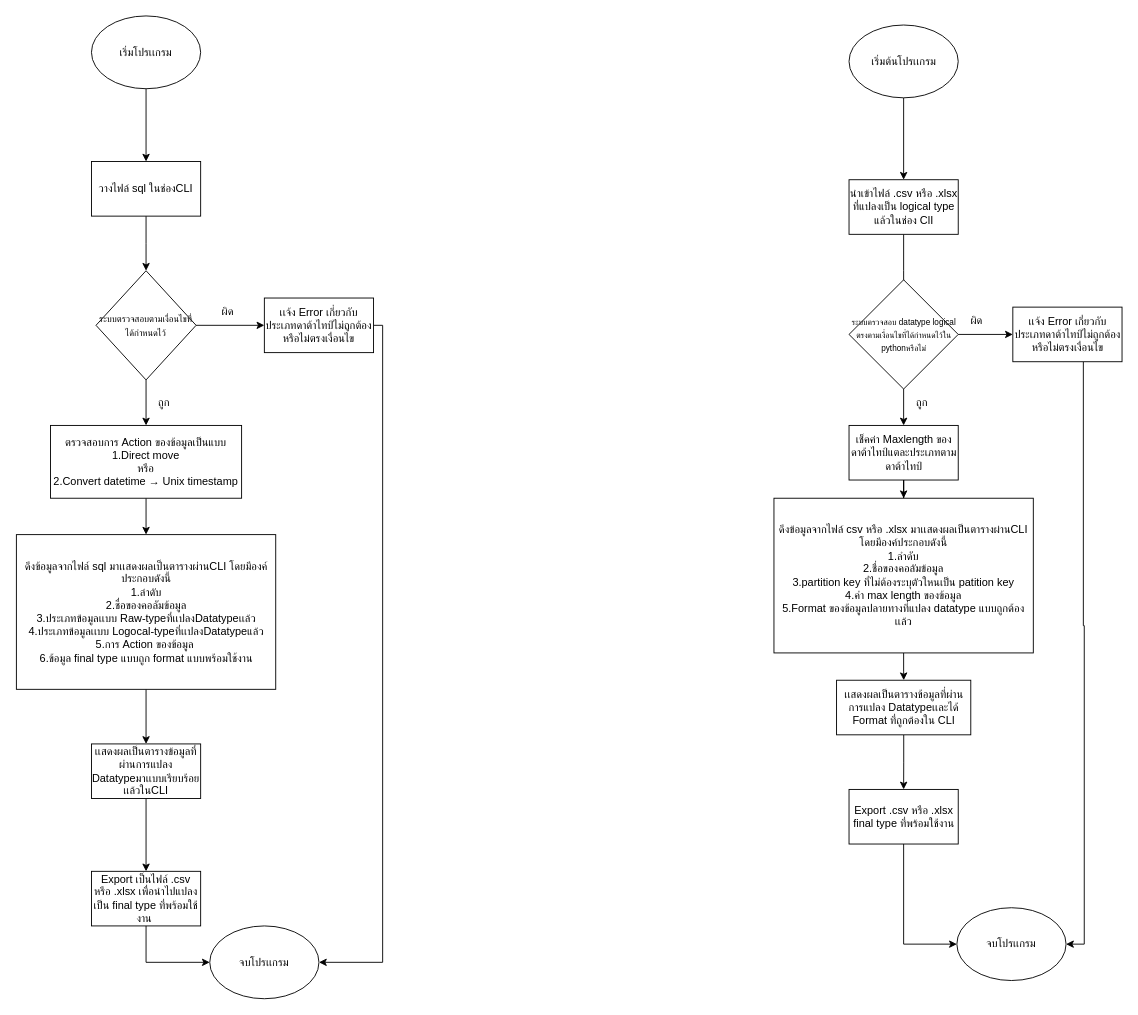
Earlier version of the draw.io diagram การแปลงdatatypeแบบsql to raw type and logical-type.drawio (Theerapob/BA_TOOL). Source tidied: cells renumbered, new cells numbered last; positions are measured from the earlier drawing's top-left corner, leaving out a move shared by most shapes. Both pictures are drawn from the tidied source at 91%, with x=0, y=0 at pixel (16, 15).
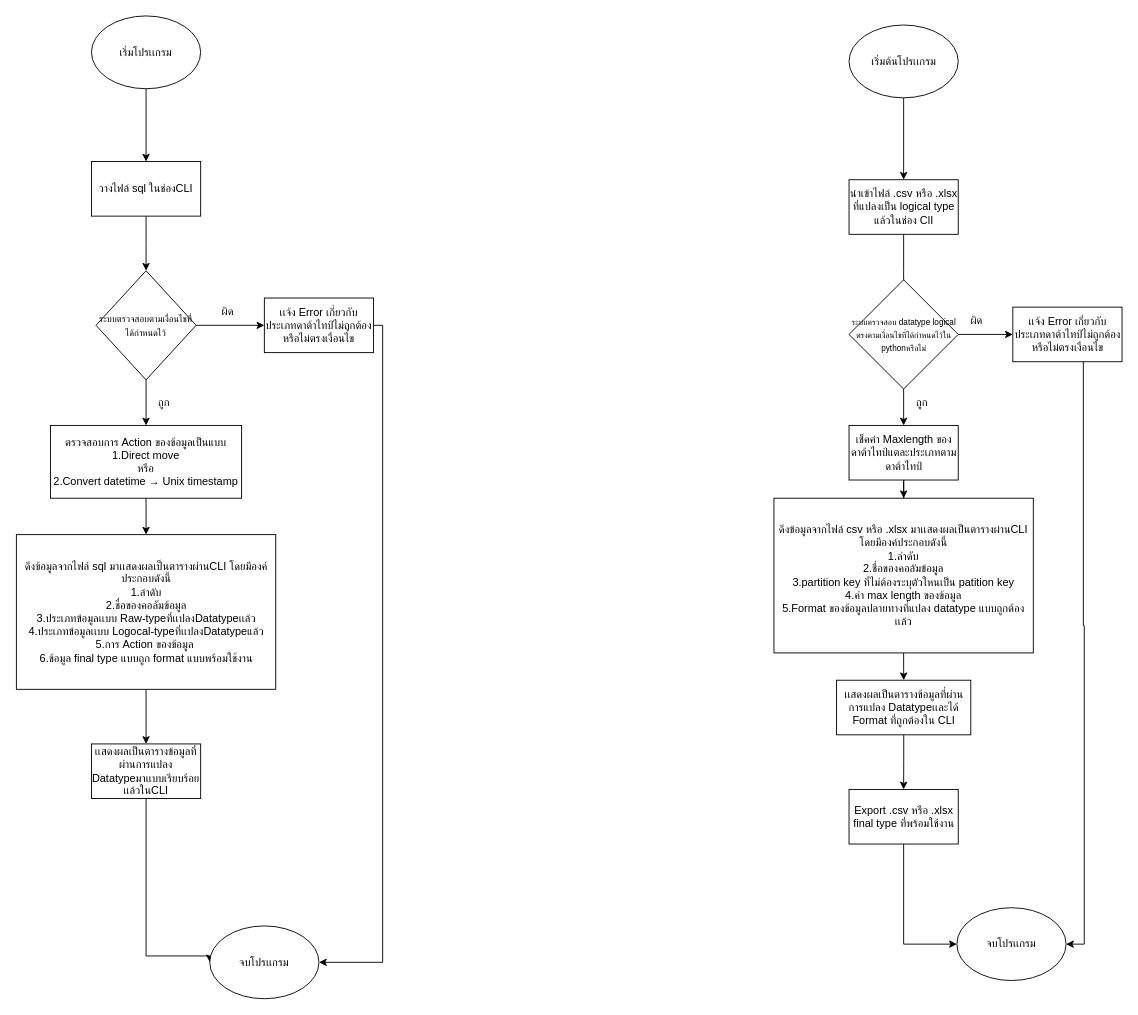
After the change.

Commit message (it also covers changes not shown here):
Refactor output structure in extract_columns function and update diagram for clarity

Unchanged cells that the change refers to:
```xml
<mxCell id="11" value="เเสดงผลเป็นตารางข้อมูลที่ผ่านการแปลง Datatypeมาเเบบเรียบร้อยเเล้วในCLI" style="whiteSpace=wrap;html=1;" parent="1" vertex="1">
  <mxGeometry x="82" y="800" width="120" height="60" as="geometry" />
</mxCell>
<mxCell id="12" value="จบโปรเเกรม" style="ellipse;whiteSpace=wrap;html=1;" parent="1" vertex="1">
  <mxGeometry x="212" y="1000" width="120" height="80" as="geometry" />
</mxCell>
```

Diff of the diagram source:
```diff
@@
-    <mxCell id="10" style="edgeStyle=orthogonalEdgeStyle;rounded=0;jettySize=auto;html=1;" parent="1" edge="1" source="11" target="20">
-      <mxGeometry relative="1" as="geometry" />
+    <mxCell id="10" style="edgeStyle=orthogonalEdgeStyle;rounded=0;jettySize=auto;html=1;entryX=0;entryY=0.5;entryDx=0;entryDy=0;" parent="1" edge="1" source="11" target="12">
+      <mxGeometry relative="1" as="geometry">
+        <Array as="points">
+          <mxPoint x="142" y="1033" />
+          <mxPoint x="212" y="1033" />
+        </Array>
+      </mxGeometry>
     </mxCell>
@@
-    <mxCell id="20" value="Export เป็นไฟล์ .csv หรือ .xlsx เพื่อนำไปแปลงเป็น final type ที่พร้อมใช้งาน&amp;nbsp;" style="whiteSpace=wrap;html=1;" parent="1" vertex="1">
-      <mxGeometry x="82" y="940" width="120" height="60" as="geometry" />
-    </mxCell>
@@
-    <mxCell id="38" style="edgeStyle=orthogonalEdgeStyle;rounded=0;jettySize=auto;html=1;entryX=0;entryY=0.5;entryDx=0;entryDy=0;exitX=0.5;exitY=1;exitDx=0;exitDy=0;" parent="1" edge="1" source="20" target="12">
-      <mxGeometry relative="1" as="geometry" />
-    </mxCell>
```
